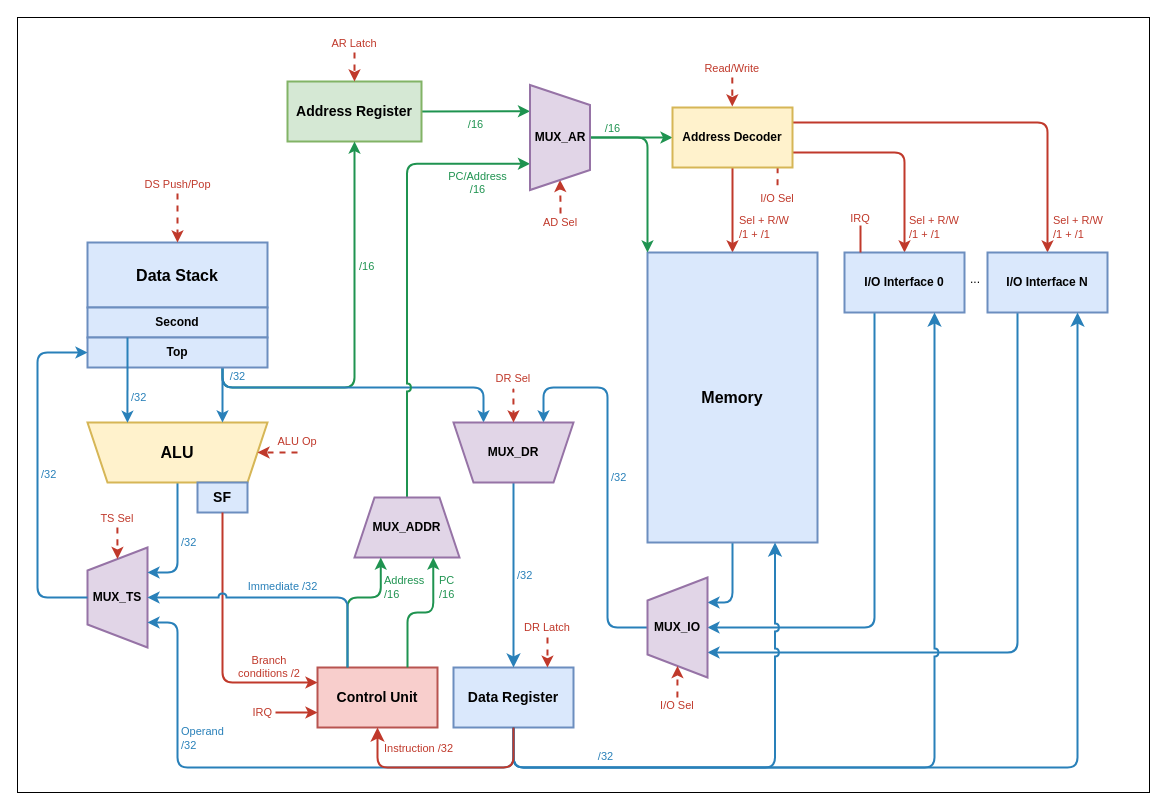
s4dnex/csa-lab4 keeps this draw.io diagram as doc/scheme/datapath.xml.drawio. Above is the earlier version. Source tidied: cells renumbered, new cells numbered last; positions are measured from the earlier drawing's top-left corner, leaving out a move shared by most shapes. Both pictures are drawn from the tidied source at 100%, with x=0, y=0 at pixel (-149, 17).
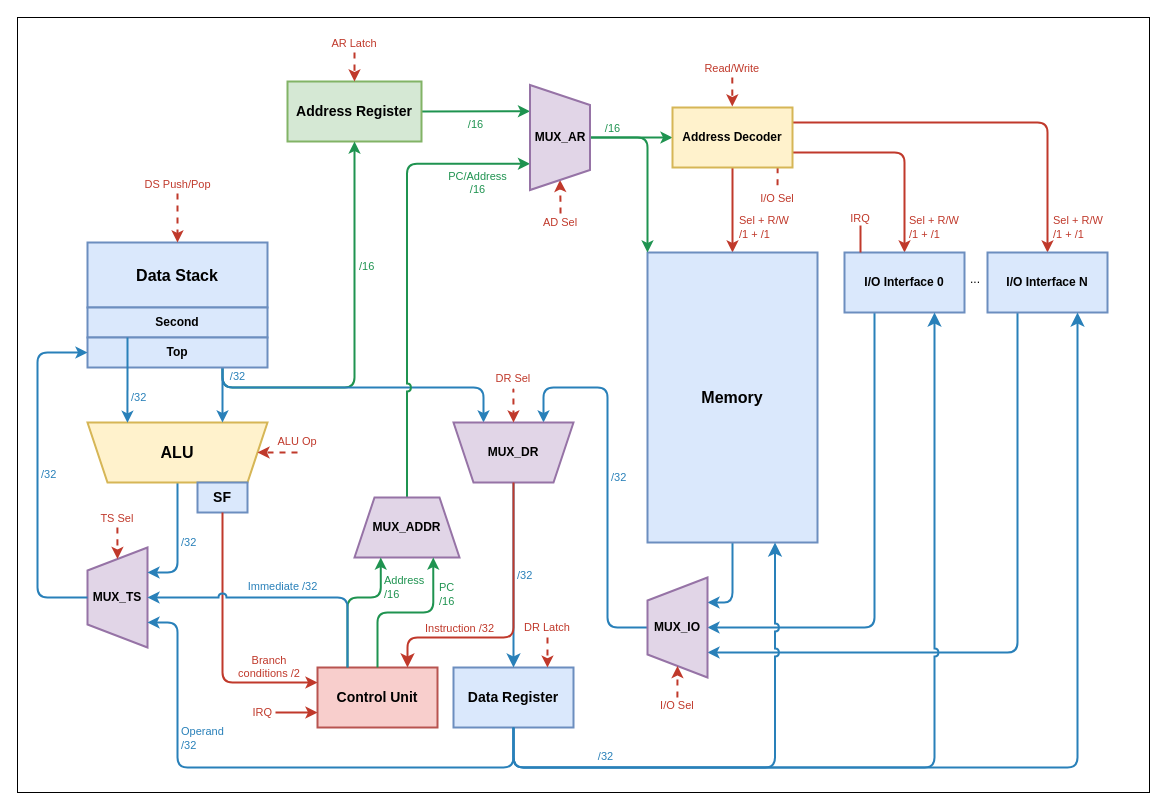
The same diagram, later.

The change refers to these unchanged cells:
```xml
<mxCell id="7" value="Data Register" style="rounded=0;whiteSpace=wrap;html=1;strokeColor=#6C8EBF;strokeWidth=2;align=center;verticalAlign=middle;fontFamily=Helvetica;fontSize=14;fontColor=#000000;fontStyle=1;fillColor=#DAE8FC;" parent="1" vertex="1">
  <mxGeometry x="602" y="650" width="120" height="60" as="geometry" />
</mxCell>
<mxCell id="31" value="Control Unit" style="rounded=0;whiteSpace=wrap;html=1;strokeColor=#B85450;strokeWidth=2;align=center;verticalAlign=middle;fontFamily=Helvetica;fontSize=14;fontColor=#000000;fontStyle=1;fillColor=#F8CECC;" parent="1" vertex="1">
  <mxGeometry x="466" y="650" width="120" height="60" as="geometry" />
</mxCell>
<mxCell id="34" value="MUX_DR" style="shape=trapezoid;perimeter=trapezoidPerimeter;whiteSpace=wrap;html=1;fixedSize=1;direction=west;rounded=0;strokeColor=#9673a6;strokeWidth=2;align=center;verticalAlign=middle;arcSize=15;fontFamily=Helvetica;fontSize=12;fontColor=light-dark(#000000,#EDEDED);fontStyle=1;fillColor=#e1d5e7;" parent="1" vertex="1">
  <mxGeometry x="602" y="405" width="120" height="60" as="geometry" />
</mxCell>
<mxCell id="58" value="MUX_ADDR" style="shape=trapezoid;perimeter=trapezoidPerimeter;whiteSpace=wrap;html=1;fixedSize=1;rounded=0;strokeColor=#9673a6;strokeWidth=2;align=center;verticalAlign=middle;arcSize=15;fontFamily=Helvetica;fontSize=12;fontColor=light-dark(#000000,#EDEDED);fontStyle=1;fillColor=#e1d5e7;rotation=0;horizontal=1;" parent="1" vertex="1">
  <mxGeometry x="503" y="480" width="105" height="60" as="geometry" />
</mxCell>
```

What changed in the source:
```diff
@@
-    <mxCell id="55" style="edgeStyle=orthogonalEdgeStyle;rounded=1;jettySize=auto;html=1;fontSize=11;startSize=8;endSize=8;shadow=0;flowAnimation=0;entryX=0.5;entryY=1;entryDx=0;entryDy=0;exitX=0.5;exitY=1;exitDx=0;exitDy=0;strokeColor=#c0392b;strokeWidth=2;align=left;verticalAlign=middle;fontFamily=Helvetica;fontColor=#C0392B;labelBackgroundColor=none;endArrow=classic;spacingLeft=0;spacingTop=0;spacing=2;labelBorderColor=none;jumpStyle=arc;labelPosition=right;verticalLabelPosition=middle;" parent="1" edge="1" source="7" target="31">
+    <mxCell id="55" style="edgeStyle=orthogonalEdgeStyle;rounded=1;jettySize=auto;html=1;fontSize=11;startSize=8;endSize=8;shadow=0;flowAnimation=0;entryX=0.75;entryY=0;entryDx=0;entryDy=0;exitX=0.5;exitY=0;exitDx=0;exitDy=0;strokeColor=#c0392b;strokeWidth=2;align=left;verticalAlign=middle;fontFamily=Helvetica;fontColor=#C0392B;labelBackgroundColor=none;endArrow=classic;spacingLeft=0;spacingTop=0;spacing=2;labelBorderColor=none;jumpStyle=arc;labelPosition=right;verticalLabelPosition=middle;" parent="1" edge="1" source="34" target="31">
       <mxGeometry relative="1" as="geometry">
         <Array as="points">
-          <mxPoint x="662" y="750" />
-          <mxPoint x="526" y="750" />
+          <mxPoint x="662" y="620" />
+          <mxPoint x="556" y="620" />
         </Array>
       </mxGeometry>
     </mxCell>
     <mxCell id="56" value="Instruction /32" style="edgeLabel;html=1;align=center;verticalAlign=middle;fontSize=11;rounded=1;strokeColor=#c0392b;strokeWidth=2;fontFamily=Helvetica;fontColor=#C0392B;labelBackgroundColor=none;spacingLeft=0;spacingTop=0;spacing=2;labelBorderColor=none;labelPosition=center;verticalLabelPosition=middle;" parent="55" vertex="1">
       <mxGeometry x="0.11" relative="1" as="geometry">
-        <mxPoint x="-16" y="-20" as="offset" />
+        <mxPoint x="-48" y="-10" as="offset" />
       </mxGeometry>
     </mxCell>
@@
-    <mxCell id="60" value="PC&lt;br&gt;/16" style="edgeStyle=orthogonalEdgeStyle;rounded=1;jettySize=auto;html=1;jumpStyle=arc;shadow=0;flowAnimation=0;exitX=0.75;exitY=0;exitDx=0;exitDy=0;strokeColor=#1F9350;strokeWidth=2;align=left;verticalAlign=middle;fontFamily=Helvetica;fontSize=11;fontColor=#1F9350;labelBackgroundColor=none;endArrow=classic;labelPosition=right;verticalLabelPosition=middle;entryX=0.75;entryY=1;entryDx=0;entryDy=0;" parent="1" edge="1" source="31" target="58">
+    <mxCell id="60" value="PC&lt;br&gt;/16" style="edgeStyle=orthogonalEdgeStyle;rounded=1;jettySize=auto;html=1;jumpStyle=arc;shadow=0;flowAnimation=0;exitX=0.5;exitY=0;exitDx=0;exitDy=0;strokeColor=#1F9350;strokeWidth=2;align=left;verticalAlign=middle;fontFamily=Helvetica;fontSize=11;fontColor=#1F9350;labelBackgroundColor=none;endArrow=classic;labelPosition=right;verticalLabelPosition=middle;entryX=0.75;entryY=1;entryDx=0;entryDy=0;" parent="1" edge="1" source="31" target="58">
       <mxGeometry x="0.56" y="-4" relative="1" as="geometry" />
     </mxCell>
```
